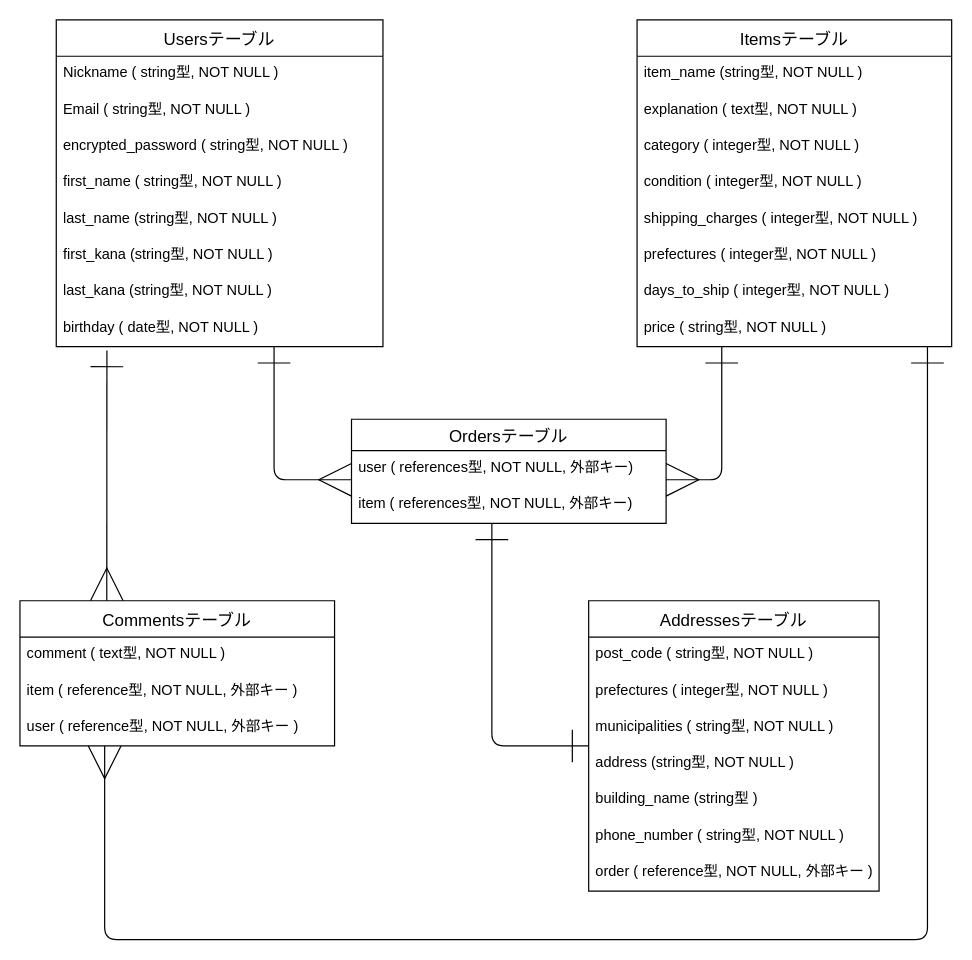
Before: test.dio in mk-ci/furima-38573, a draw.io diagram. Source tidied: cells renumbered, new cells numbered last; positions are measured from the earlier drawing's top-left corner, leaving out a move shared by most shapes. Both pictures are drawn from the tidied source at 121%, with x=0, y=0 at pixel (19, 19).
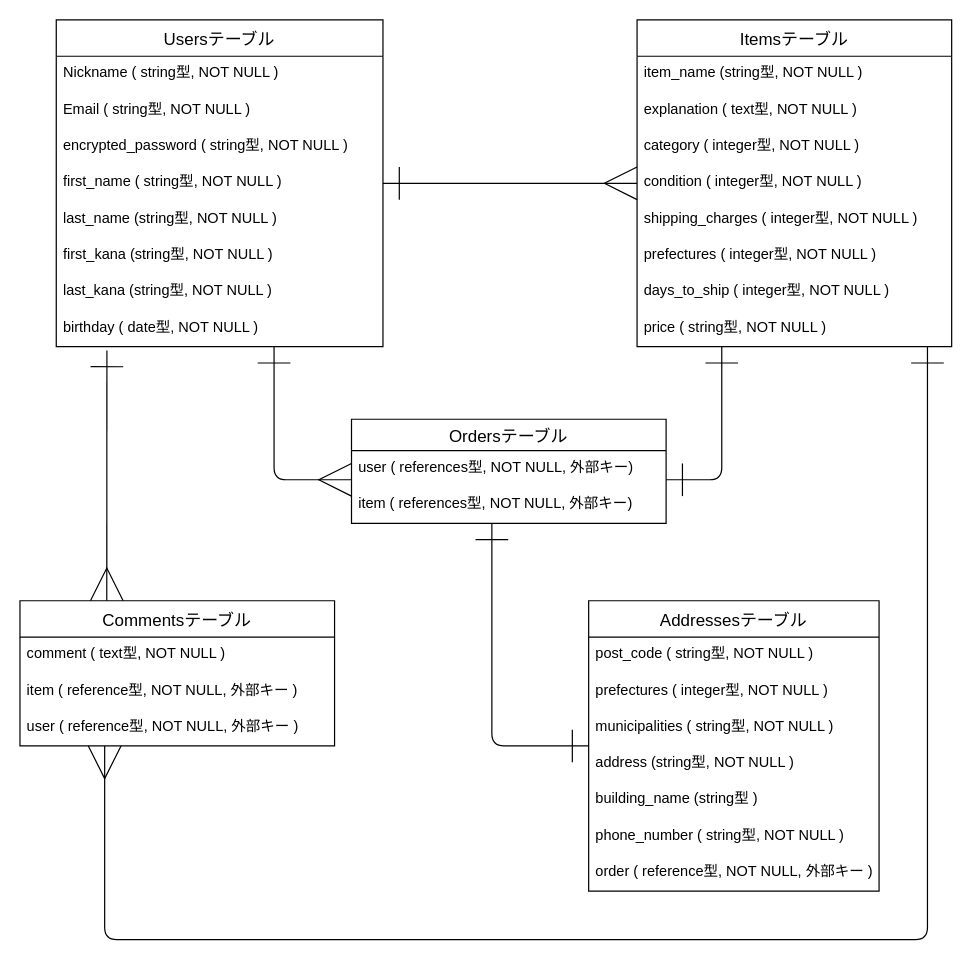
Above is the later version.

Commit message (it also covers changes not shown here):
データベース設計修正2

The change refers to these unchanged cells:
```xml
<mxCell id="6" value="first_name ( string型, NOT NULL )" style="text;strokeColor=none;fillColor=none;spacingLeft=4;spacingRight=4;overflow=hidden;points=[[0,0.5],[1,0.5]];portConstraint=eastwest;fontSize=12;" parent="2" vertex="1">
  <mxGeometry y="120" width="270" height="30" as="geometry" />
</mxCell>
<mxCell id="11" value="Itemsテーブル" style="swimlane;fontStyle=0;horizontal=1;startSize=30;align=center;fontSize=14;" parent="1" vertex="1">
  <mxGeometry x="510" width="260" height="270" as="geometry" />
</mxCell>
<mxCell id="33" value="Ordersテーブル" style="swimlane;fontStyle=0;horizontal=1;startSize=26;align=center;fontSize=14;" parent="1" vertex="1">
  <mxGeometry x="274" y="330" width="260" height="86" as="geometry" />
</mxCell>
```

What changed in the source:
```diff
@@
-    <mxCell id="37" style="edgeStyle=orthogonalEdgeStyle;html=1;startArrow=ERone;startFill=0;endArrow=ERmany;endFill=0;startSize=25;endSize=25;targetPerimeterSpacing=0;strokeWidth=1;" parent="1" edge="1" source="11" target="33">
+    <mxCell id="37" style="edgeStyle=orthogonalEdgeStyle;html=1;startArrow=ERone;startFill=0;endArrow=ERone;endFill=0;startSize=25;endSize=25;targetPerimeterSpacing=0;strokeWidth=1;" parent="1" edge="1" source="11" target="33">
       <mxGeometry relative="1" as="geometry">
         <Array as="points">
           <mxPoint x="580" y="380" />
         </Array>
       </mxGeometry>
     </mxCell>
@@
+    <mxCell id="40" style="edgeStyle=none;html=1;exitX=1;exitY=0.5;exitDx=0;exitDy=0;startArrow=ERone;startFill=0;endArrow=ERmany;endFill=0;startSize=25;endSize=25;targetPerimeterSpacing=0;strokeWidth=1;" parent="1" edge="1" source="6" target="11">
+      <mxGeometry relative="1" as="geometry" />
+    </mxCell>
```
